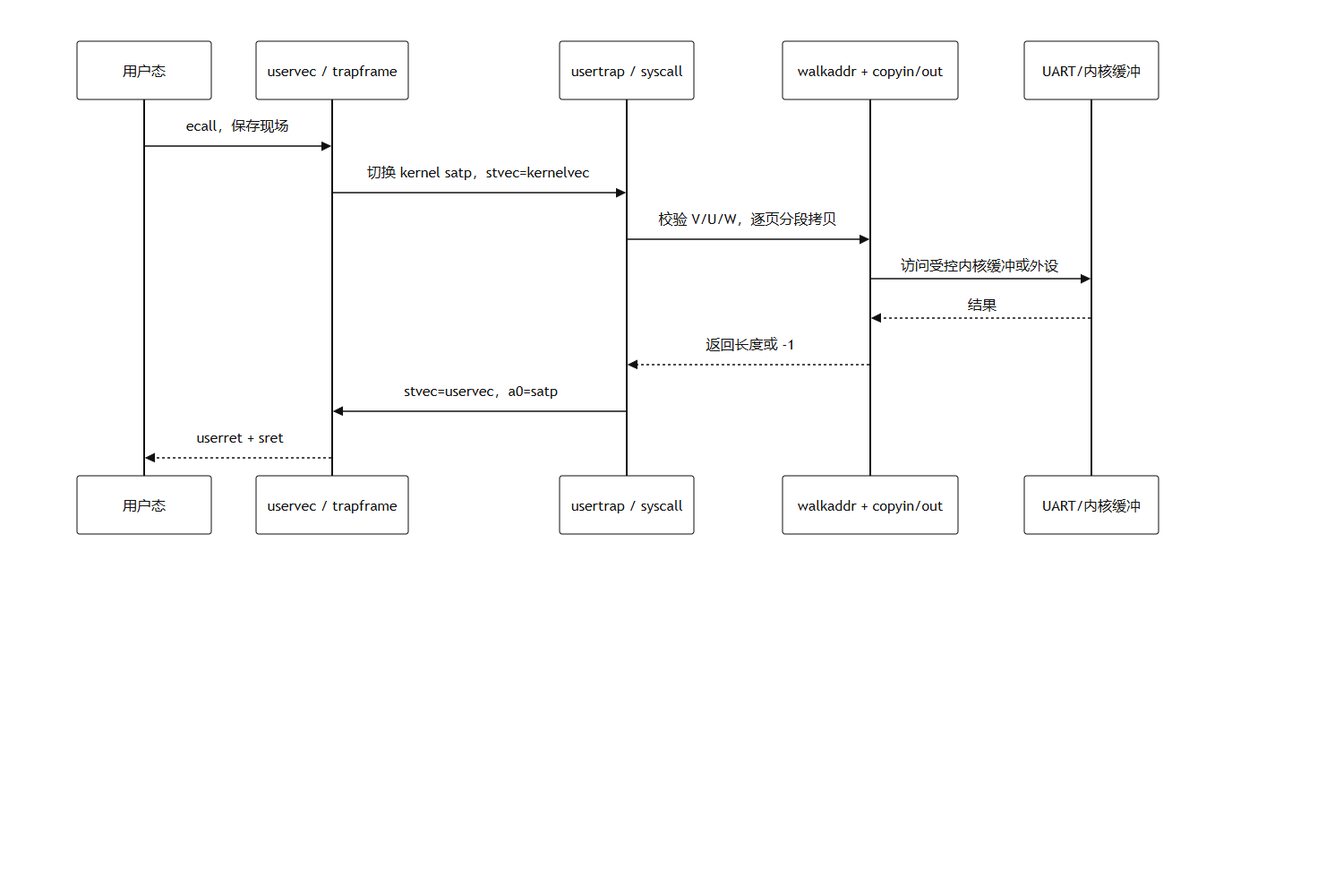
Before: doc/lab3/images/lab3-rollback.png, a diagram exported from Mermaid (hoyuand/2024302111427). Its source is kept beside it as doc/lab3/images/lab3-rollback.mmd.
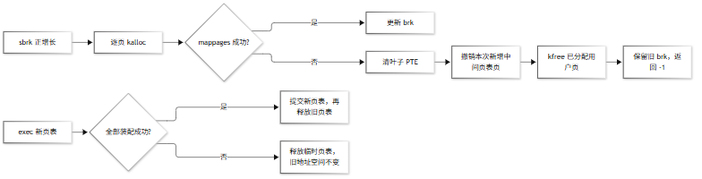
After the commit.

Diff of the diagram source:
```diff
@@ -1,3 +1,4 @@
+%%{init: {"theme":"base","themeVariables":{"primaryColor":"#ffffff","primaryTextColor":"#111111","primaryBorderColor":"#111111","lineColor":"#111111","secondaryColor":"#ffffff","tertiaryColor":"#ffffff"}}}%%
 flowchart LR
   A[sbrk 正增长] --> B[逐页 kalloc]
   B --> C{mappages 成功?}
```
